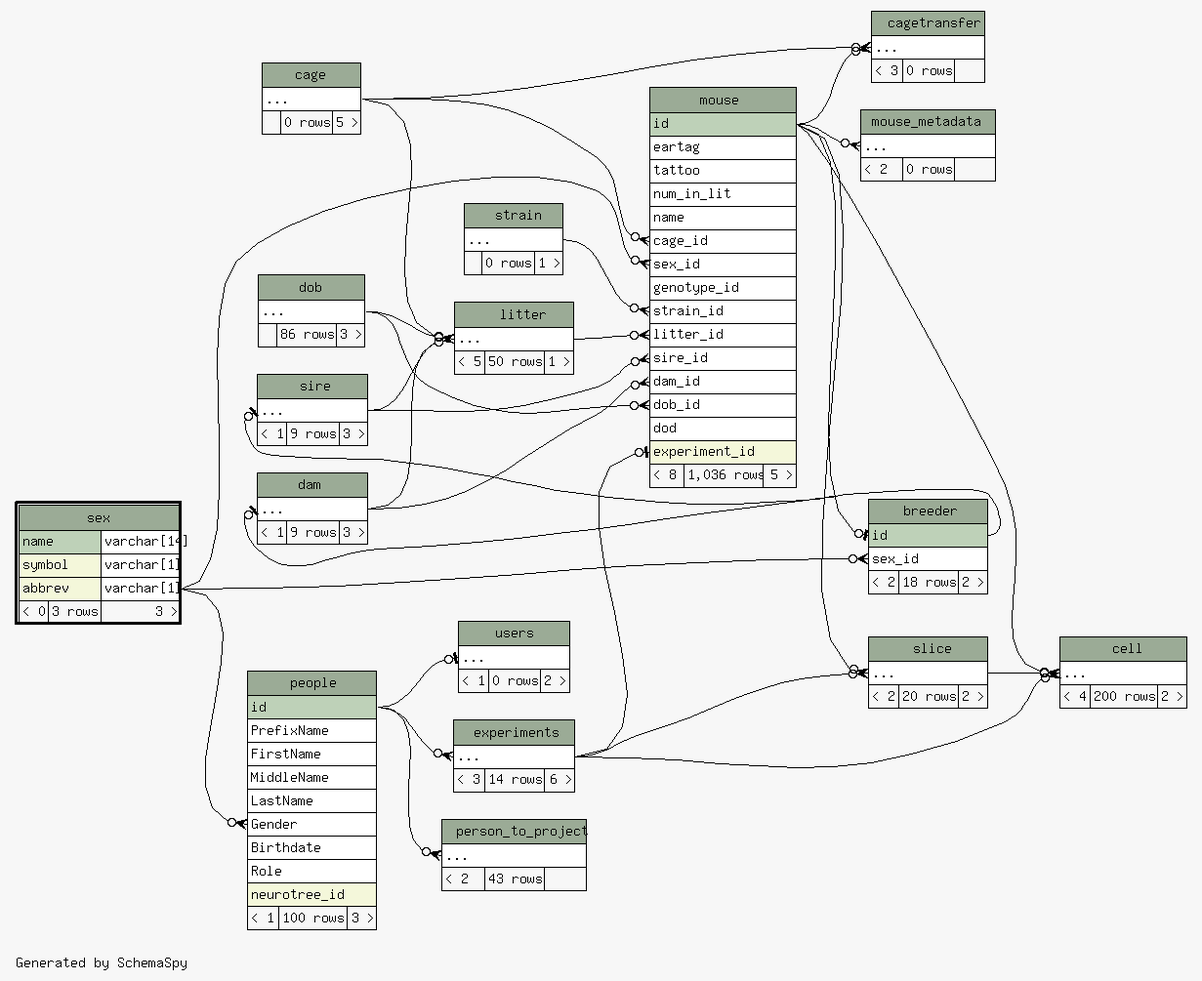
Above: database/ss/diagrams/sex.2degrees.png in tgbugs/mlab (Graphviz), before the change. Its source is kept beside it as database/ss/diagrams/sex.2degrees.dot.
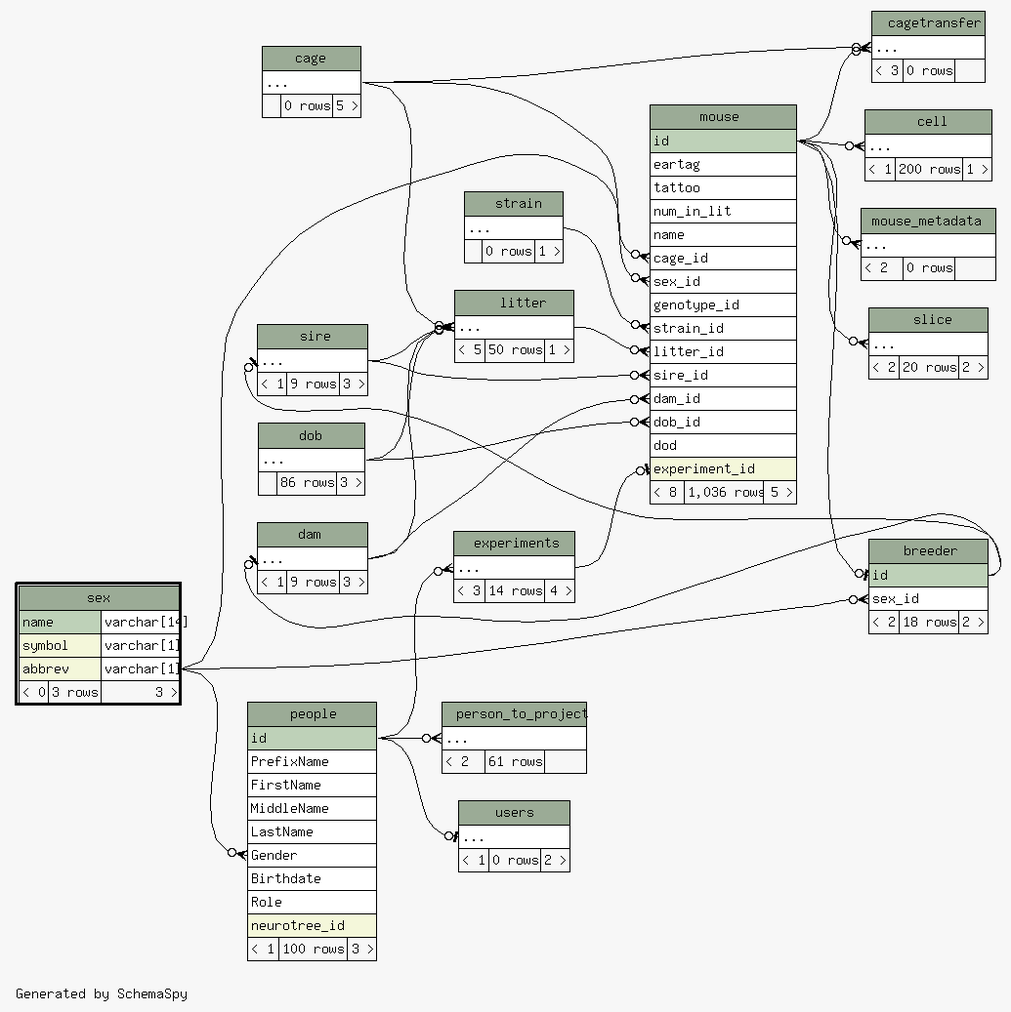
The same diagram one commit later.

The edit, as a diff of the source:
```diff
@@ -22,9 +22,7 @@
   "cagetransfer":"elipses":w -> "mouse":"id":e [arrowhead=none dir=back arrowtail=crowodot];
   "cagetransfer":"elipses":w -> "cage":"elipses":e [arrowhead=none dir=back arrowtail=crowodot];
   "cagetransfer":"elipses":w -> "cage":"elipses":e [arrowhead=none dir=back arrowtail=crowodot];
-  "cell":"elipses":w -> "experiments":"elipses":e [arrowhead=none dir=back arrowtail=crowodot];
   "cell":"elipses":w -> "mouse":"id":e [arrowhead=none dir=back arrowtail=crowodot];
-  "cell":"elipses":w -> "slice":"elipses":e [arrowhead=none dir=back arrowtail=crowodot];
   "dam":"elipses":w -> "breeder":"id":e [arrowhead=none dir=back arrowtail=teeodot];
   "experiments":"elipses":w -> "people":"id":e [arrowhead=none dir=back arrowtail=crowodot];
   "litter":"elipses":w -> "cage":"elipses":e [arrowhead=none dir=back arrowtail=crowodot];
@@ -44,7 +42,6 @@
   "person_to_project":"elipses":w -> "people":"id":e [arrowhead=none dir=back arrowtail=crowodot];
   "sire":"elipses":w -> "breeder":"id":e [arrowhead=none dir=back arrowtail=teeodot];
   "slice":"elipses":w -> "mouse":"id":e [arrowhead=none dir=back arrowtail=crowodot];
-  "slice":"elipses":w -> "experiments":"elipses":e [arrowhead=none dir=back arrowtail=crowodot];
   "users":"elipses":w -> "people":"id":e [arrowhead=none dir=back arrowtail=teeodot];
   "breeder" [
     label=<
@@ -82,7 +79,7 @@
     <TABLE BORDER="0" CELLBORDER="1" CELLSPACING="0" BGCOLOR="#ffffff">
       <TR><TD COLSPAN="3" BGCOLOR="#9bab96" ALIGN="CENTER">cell</TD></TR>
       <TR><TD PORT="elipses" COLSPAN="3" ALIGN="LEFT">...</TD></TR>
-      <TR><TD ALIGN="LEFT" BGCOLOR="#f7f7f7">&lt; 4</TD><TD ALIGN="RIGHT" BGCOLOR="#f7f7f7">200 rows</TD><TD ALIGN="RIGHT" BGCOLOR="#f7f7f7">2 &gt;</TD></TR>
+      <TR><TD ALIGN="LEFT" BGCOLOR="#f7f7f7">&lt; 1</TD><TD ALIGN="RIGHT" BGCOLOR="#f7f7f7">200 rows</TD><TD ALIGN="RIGHT" BGCOLOR="#f7f7f7">1 &gt;</TD></TR>
     </TABLE>>
     URL="cell.html"
     tooltip="cell"
@@ -112,7 +109,7 @@
     <TABLE BORDER="0" CELLBORDER="1" CELLSPACING="0" BGCOLOR="#ffffff">
       <TR><TD COLSPAN="3" BGCOLOR="#9bab96" ALIGN="CENTER">experiments</TD></TR>
       <TR><TD PORT="elipses" COLSPAN="3" ALIGN="LEFT">...</TD></TR>
-      <TR><TD ALIGN="LEFT" BGCOLOR="#f7f7f7">&lt; 3</TD><TD ALIGN="RIGHT" BGCOLOR="#f7f7f7">14 rows</TD><TD ALIGN="RIGHT" BGCOLOR="#f7f7f7">6 &gt;</TD></TR>
+      <TR><TD ALIGN="LEFT" BGCOLOR="#f7f7f7">&lt; 3</TD><TD ALIGN="RIGHT" BGCOLOR="#f7f7f7">14 rows</TD><TD ALIGN="RIGHT" BGCOLOR="#f7f7f7">4 &gt;</TD></TR>
     </TABLE>>
     URL="experiments.html"
     tooltip="experiments"
@@ -184,7 +181,7 @@
     <TABLE BORDER="0" CELLBORDER="1" CELLSPACING="0" BGCOLOR="#ffffff">
       <TR><TD COLSPAN="3" BGCOLOR="#9bab96" ALIGN="CENTER">person_to_project</TD></TR>
       <TR><TD PORT="elipses" COLSPAN="3" ALIGN="LEFT">...</TD></TR>
-      <TR><TD ALIGN="LEFT" BGCOLOR="#f7f7f7">&lt; 2</TD><TD ALIGN="RIGHT" BGCOLOR="#f7f7f7">43 rows</TD><TD ALIGN="RIGHT" BGCOLOR="#f7f7f7">  </TD></TR>
+      <TR><TD ALIGN="LEFT" BGCOLOR="#f7f7f7">&lt; 2</TD><TD ALIGN="RIGHT" BGCOLOR="#f7f7f7">61 rows</TD><TD ALIGN="RIGHT" BGCOLOR="#f7f7f7">  </TD></TR>
     </TABLE>>
     URL="person_to_project.html"
     tooltip="person_to_project"
```
